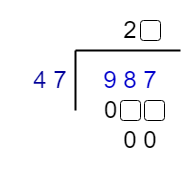
Above: public/img/primary5/division.png in AaronHFlores/iPlayMathLaravel (draw.io), before the change. Source tidied: cells renumbered, new cells last; positions are measured from the earlier drawing's top-left corner, leaving out a move shared by most shapes. The source it was exported from:
```xml
<mxGraphModel>
  <root>
    <mxCell id="0" />
    <mxCell id="1" parent="0" />
    <mxCell id="2" value="&lt;font style=&quot;font-size: 24px&quot;&gt;9 8 7&lt;/font&gt;" style="text;html=1;strokeColor=none;fillColor=none;align=center;verticalAlign=middle;whiteSpace=wrap;rounded=0;fontSize=24;fontColor=#0000CC;" parent="1" vertex="1">
      <mxGeometry x="80" y="50" width="100" height="60" as="geometry" />
    </mxCell>
    <mxCell id="3" value="&lt;font style=&quot;font-size: 24px&quot;&gt;4 7&lt;/font&gt;" style="text;html=1;strokeColor=none;fillColor=none;align=center;verticalAlign=middle;whiteSpace=wrap;rounded=0;fontSize=24;fontColor=#000099;" parent="1" vertex="1">
      <mxGeometry y="50" width="100" height="60" as="geometry" />
    </mxCell>
    <mxCell id="4" style="endArrow=none;html=1;rounded=0;fontSize=24;strokeWidth=2;exitX=0.75;exitY=1;exitDx=0;exitDy=0;entryX=0.75;entryY=0;entryDx=0;entryDy=0;" parent="1" edge="1" source="3" target="3">
      <mxGeometry relative="1" as="geometry" />
    </mxCell>
    <mxCell id="5" style="endArrow=none;html=1;rounded=0;fontSize=24;strokeWidth=2;exitX=1;exitY=0;exitDx=0;exitDy=0;entryX=0.75;entryY=0;entryDx=0;entryDy=0;" parent="1" edge="1" source="2" target="3">
      <mxGeometry relative="1" as="geometry" />
    </mxCell>
    <mxCell id="6" value="&lt;font style=&quot;font-size: 24px&quot;&gt;2&lt;/font&gt;" style="text;html=1;strokeColor=none;fillColor=none;align=center;verticalAlign=middle;whiteSpace=wrap;rounded=0;fontSize=24;" parent="1" vertex="1">
      <mxGeometry x="80" width="100" height="60" as="geometry" />
    </mxCell>
    <mxCell id="7" style="rounded=1;whiteSpace=wrap;html=1;fontSize=24;fillColor=none;" parent="1" vertex="1">
      <mxGeometry x="140" y="20" width="20" height="20" as="geometry" />
    </mxCell>
    <mxCell id="8" value="&lt;font style=&quot;font-size: 24px&quot;&gt;0&amp;nbsp;&lt;/font&gt;" style="text;html=1;strokeColor=none;fillColor=none;align=center;verticalAlign=middle;whiteSpace=wrap;rounded=0;fontSize=24;" parent="1" vertex="1">
      <mxGeometry x="64" y="80" width="100" height="60" as="geometry" />
    </mxCell>
    <mxCell id="9" value="&lt;font style=&quot;font-size: 24px&quot;&gt;0 0&lt;/font&gt;" style="text;html=1;strokeColor=none;fillColor=none;align=center;verticalAlign=middle;whiteSpace=wrap;rounded=0;fontSize=24;" parent="1" vertex="1">
      <mxGeometry x="90" y="110" width="100" height="60" as="geometry" />
    </mxCell>
    <mxCell id="10" style="rounded=1;whiteSpace=wrap;html=1;fontSize=24;fillColor=none;" parent="1" vertex="1">
      <mxGeometry x="120" y="100" width="20" height="20" as="geometry" />
    </mxCell>
    <mxCell id="11" style="rounded=1;whiteSpace=wrap;html=1;fontSize=24;fillColor=none;" parent="1" vertex="1">
      <mxGeometry x="144" y="100" width="20" height="20" as="geometry" />
    </mxCell>
  </root>
</mxGraphModel>
```
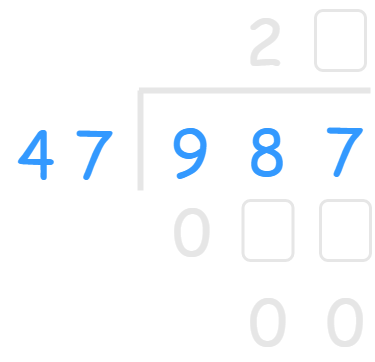
The same file after the commit.

Diff of the diagram source:
```diff
@@ -2,35 +2,41 @@
   <root>
     <mxCell id="0" />
     <mxCell id="1" parent="0" />
-    <mxCell id="2" value="&lt;font style=&quot;font-size: 24px&quot;&gt;9 8 7&lt;/font&gt;" style="text;html=1;strokeColor=none;fillColor=none;align=center;verticalAlign=middle;whiteSpace=wrap;rounded=0;fontSize=24;fontColor=#0000CC;" parent="1" vertex="1">
-      <mxGeometry x="80" y="50" width="100" height="60" as="geometry" />
-    </mxCell>
-    <mxCell id="3" value="&lt;font style=&quot;font-size: 24px&quot;&gt;4 7&lt;/font&gt;" style="text;html=1;strokeColor=none;fillColor=none;align=center;verticalAlign=middle;whiteSpace=wrap;rounded=0;fontSize=24;fontColor=#000099;" parent="1" vertex="1">
-      <mxGeometry y="50" width="100" height="60" as="geometry" />
-    </mxCell>
-    <mxCell id="4" style="endArrow=none;html=1;rounded=0;fontSize=24;strokeWidth=2;exitX=0.75;exitY=1;exitDx=0;exitDy=0;entryX=0.75;entryY=0;entryDx=0;entryDy=0;" parent="1" edge="1" source="3" target="3">
-      <mxGeometry relative="1" as="geometry" />
-    </mxCell>
-    <mxCell id="5" style="endArrow=none;html=1;rounded=0;fontSize=24;strokeWidth=2;exitX=1;exitY=0;exitDx=0;exitDy=0;entryX=0.75;entryY=0;entryDx=0;entryDy=0;" parent="1" edge="1" source="2" target="3">
-      <mxGeometry relative="1" as="geometry" />
-    </mxCell>
-    <mxCell id="6" value="&lt;font style=&quot;font-size: 24px&quot;&gt;2&lt;/font&gt;" style="text;html=1;strokeColor=none;fillColor=none;align=center;verticalAlign=middle;whiteSpace=wrap;rounded=0;fontSize=24;" parent="1" vertex="1">
-      <mxGeometry x="80" width="100" height="60" as="geometry" />
+    <mxCell id="6" value="&lt;font style=&quot;font-size: 64px;&quot;&gt;2&lt;/font&gt;" style="text;html=1;strokeColor=none;fillColor=none;align=center;verticalAlign=middle;whiteSpace=wrap;rounded=0;fontSize=64;fontColor=#E6E6E6;fontFamily=Comic Sans MS;" parent="1" vertex="1">
+      <mxGeometry x="38.3" y="-170" width="54.2" height="80" as="geometry" />
     </mxCell>
-    <mxCell id="7" style="rounded=1;whiteSpace=wrap;html=1;fontSize=24;fillColor=none;" parent="1" vertex="1">
-      <mxGeometry x="140" y="20" width="20" height="20" as="geometry" />
+    <mxCell id="7" style="rounded=1;whiteSpace=wrap;html=1;fontSize=54;fillColor=none;fontColor=#E6E6E6;strokeWidth=3;strokeColor=#E6E6E6;" parent="1" vertex="1">
+      <mxGeometry x="115" y="-160" width="50" height="60" as="geometry" />
     </mxCell>
+    <mxCell id="3" value="&lt;font style=&quot;font-size: 64px; line-height: 1.3;&quot;&gt;4 7&lt;/font&gt;" style="text;html=1;strokeColor=none;fillColor=none;align=center;verticalAlign=middle;whiteSpace=wrap;rounded=0;fontSize=64;fontColor=#3399FF;fontFamily=Comic Sans MS;spacingTop=5;spacing=16;" parent="1" vertex="1">
+      <mxGeometry x="-200" y="-60" width="130" height="80" as="geometry" />
+    </mxCell>
+    <mxCell id="12" style="endArrow=none;html=1;rounded=0;fontFamily=Comic Sans MS;fontSize=60;fontColor=#000000;strokeWidth=6;strokeColor=#E6E6E6;" parent="1" edge="1">
+      <mxGeometry relative="1" as="geometry">
+        <mxPoint x="-60" y="20" as="sourcePoint" />
+        <mxPoint x="-60" y="-80" as="targetPoint" />
+      </mxGeometry>
+    </mxCell>
+    <mxCell id="13" style="endArrow=none;html=1;rounded=0;fontFamily=Comic Sans MS;fontSize=60;fontColor=#CC99FF;strokeWidth=6;strokeColor=#E6E6E6;" parent="1" edge="1">
+      <mxGeometry relative="1" as="geometry">
+        <mxPoint x="170" y="-80" as="sourcePoint" />
+        <mxPoint x="-61.6" y="-80" as="targetPoint" />
+      </mxGeometry>
+    </mxCell>
+    <mxCell id="2" value="&lt;font style=&quot;font-size: 64px; line-height: 1.3;&quot;&gt;9&amp;nbsp; 8&amp;nbsp; 7&lt;/font&gt;" style="text;html=1;strokeColor=none;fillColor=none;align=center;verticalAlign=middle;whiteSpace=wrap;rounded=0;fontSize=64;fontColor=#3399FF;fontFamily=Comic Sans MS;spacingTop=0;spacing=0;spacingRight=1;" parent="1" vertex="1">
+      <mxGeometry x="-30" y="-60" width="195" height="80" as="geometry" />
+    </mxCell>
-    <mxCell id="8" value="&lt;font style=&quot;font-size: 24px&quot;&gt;0&amp;nbsp;&lt;/font&gt;" style="text;html=1;strokeColor=none;fillColor=none;align=center;verticalAlign=middle;whiteSpace=wrap;rounded=0;fontSize=24;" parent="1" vertex="1">
-      <mxGeometry x="64" y="80" width="100" height="60" as="geometry" />
+    <mxCell id="8" value="&lt;span style=&quot;font-size: 64px;&quot;&gt;0&lt;/span&gt;" style="text;html=1;strokeColor=none;fillColor=none;align=center;verticalAlign=middle;whiteSpace=wrap;rounded=0;fontSize=64;fontColor=#E6E6E6;fontFamily=Comic Sans MS;spacingTop=0;spacing=0;spacingRight=1;" parent="1" vertex="1">
+      <mxGeometry x="-30" y="20" width="45" height="80" as="geometry" />
     </mxCell>
-    <mxCell id="9" value="&lt;font style=&quot;font-size: 24px&quot;&gt;0 0&lt;/font&gt;" style="text;html=1;strokeColor=none;fillColor=none;align=center;verticalAlign=middle;whiteSpace=wrap;rounded=0;fontSize=24;" parent="1" vertex="1">
-      <mxGeometry x="90" y="110" width="100" height="60" as="geometry" />
+    <mxCell id="9" value="&lt;font style=&quot;font-size: 64px; line-height: 1.3;&quot;&gt;&amp;nbsp;0&amp;nbsp; 0&lt;/font&gt;" style="text;html=1;strokeColor=none;fillColor=none;align=center;verticalAlign=middle;whiteSpace=wrap;rounded=0;fontSize=64;fontColor=#E6E6E6;fontFamily=Comic Sans MS;spacingTop=0;spacing=0;spacingRight=1;" parent="1" vertex="1">
+      <mxGeometry x="25" y="110" width="145" height="80" as="geometry" />
     </mxCell>
-    <mxCell id="10" style="rounded=1;whiteSpace=wrap;html=1;fontSize=24;fillColor=none;" parent="1" vertex="1">
-      <mxGeometry x="120" y="100" width="20" height="20" as="geometry" />
-    </mxCell>
-    <mxCell id="11" style="rounded=1;whiteSpace=wrap;html=1;fontSize=24;fillColor=none;" parent="1" vertex="1">
-      <mxGeometry x="144" y="100" width="20" height="20" as="geometry" />
-    </mxCell>
+    <mxCell id="14" style="rounded=1;whiteSpace=wrap;html=1;fontSize=54;fillColor=none;fontColor=#E6E6E6;strokeWidth=3;strokeColor=#E6E6E6;" parent="1" vertex="1">
+      <mxGeometry x="42.5" y="30" width="50" height="60" as="geometry" />
+    </mxCell>
+    <mxCell id="15" style="rounded=1;whiteSpace=wrap;html=1;fontSize=54;fillColor=none;fontColor=#E6E6E6;strokeWidth=3;strokeColor=#E6E6E6;" parent="1" vertex="1">
+      <mxGeometry x="120" y="30" width="50" height="60" as="geometry" />
+    </mxCell>
   </root>
 </mxGraphModel>
```
